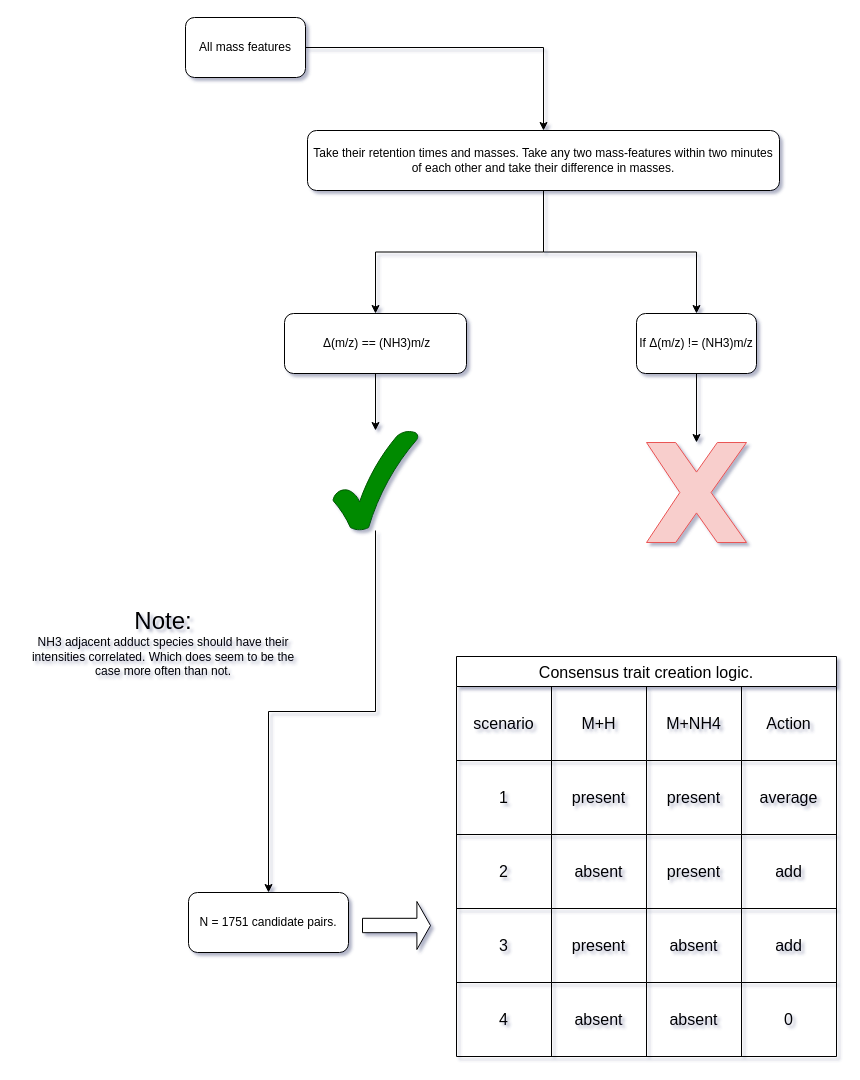
RijanHasTwoEars7/draw_io_illustrations keeps this draw.io diagram as page "Page-1" (1 of 2) of adduct_binning_decision_tree.drawio. Above is the earlier version. Source tidied: cells renumbered, new cells numbered last; positions are measured from the earlier drawing's top-left corner, leaving out a move shared by most shapes. Both pictures are drawn from the tidied source at 100%, with x=0, y=0 at pixel (17, 17).
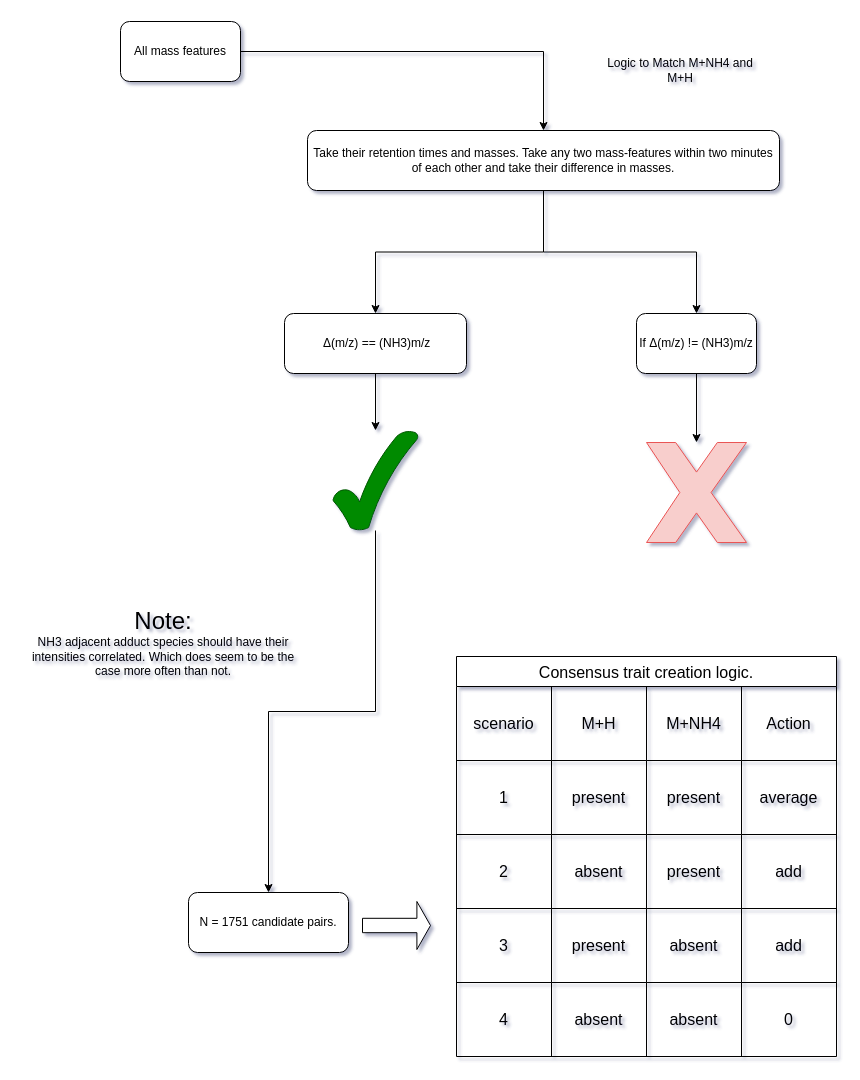
The same diagram, later.

Commit message:
allen's suggestions for the first graph

What changed in the source:
```diff
@@
     <mxCell id="30" value="All mass features" style="rounded=1;whiteSpace=wrap;html=1;" parent="1" vertex="1">
-      <mxGeometry x="168" width="120" height="60" as="geometry" />
+      <mxGeometry x="103" y="4" width="120" height="60" as="geometry" />
     </mxCell>
@@
+    <mxCell id="43" value="Logic to Match M+NH4 and M+H" style="text;strokeColor=none;align=center;fillColor=none;html=1;verticalAlign=middle;whiteSpace=wrap;rounded=0;" parent="1" vertex="1">
+      <mxGeometry x="580" y="26" width="166" height="53" as="geometry" />
+    </mxCell>
```
